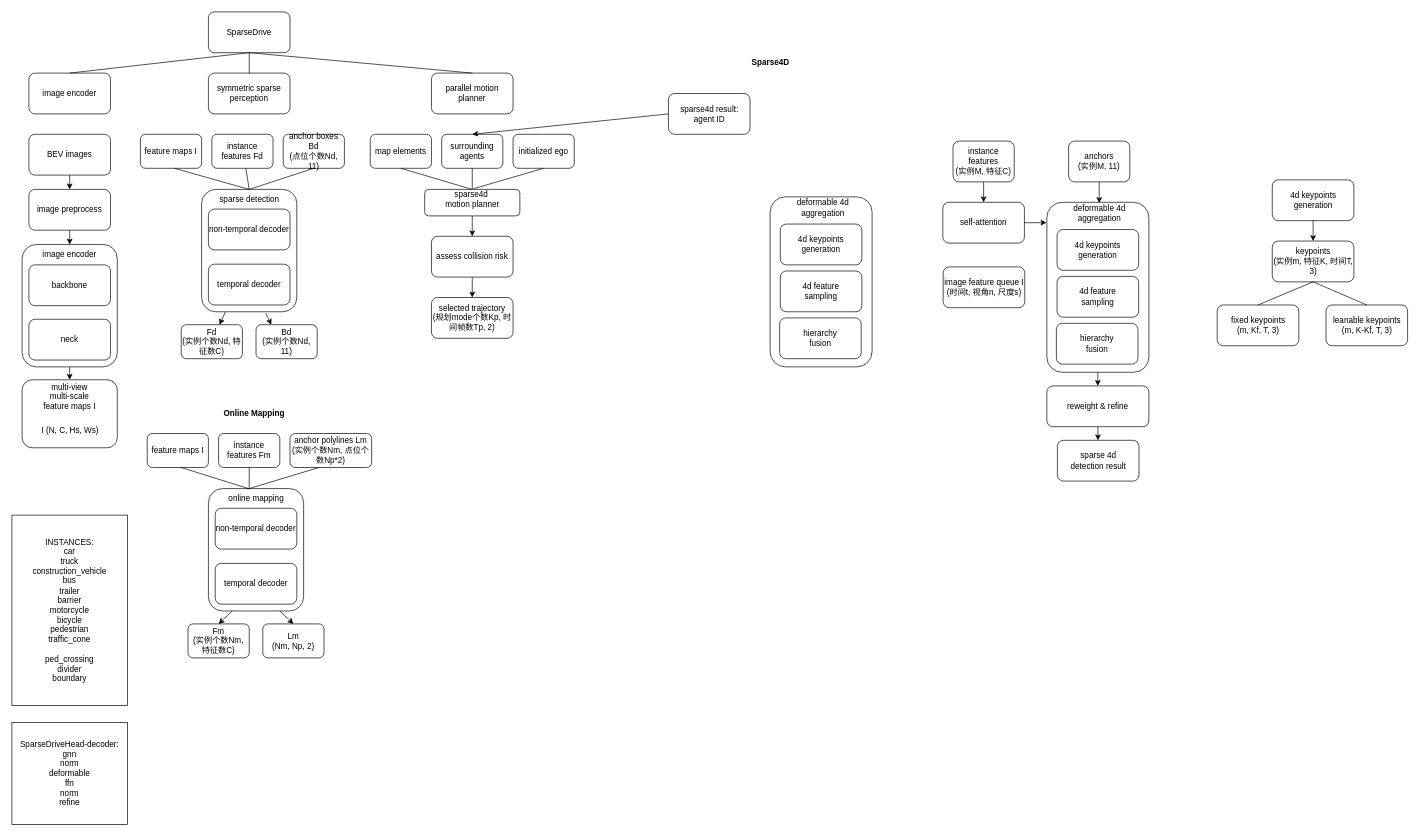
Earlier version of the draw.io diagram sparsedrive.drawio (wxxsusie/files). Source tidied: cells renumbered, new cells numbered last; positions are measured from the earlier drawing's top-left corner, leaving out a move shared by most shapes. Both pictures are drawn from the tidied source at 68%, with x=0, y=0 at pixel (12, 12).
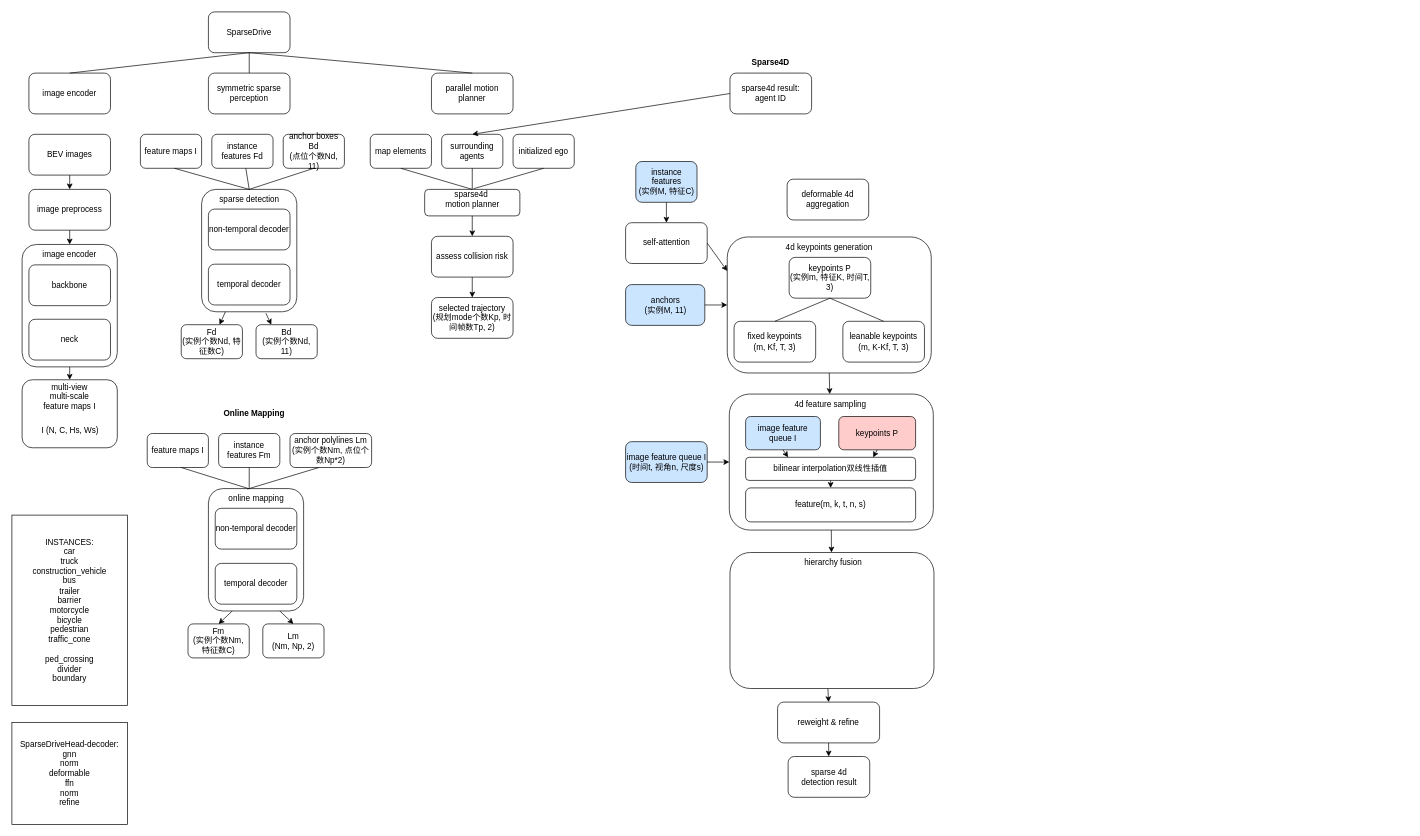
The same diagram, later.

What changed in the source:
```diff
@@
-    <mxCell id="59" value="instance features&lt;div&gt;(实例M, 特征C)&lt;/div&gt;" style="rounded=1;whiteSpace=wrap;html=1;" parent="1" vertex="1">
-      <mxGeometry x="1384" y="190" width="90" height="60" as="geometry" />
-    </mxCell>
-    <mxCell id="60" value="anchors&lt;div&gt;(实例M, 11)&lt;/div&gt;" style="rounded=1;whiteSpace=wrap;html=1;" parent="1" vertex="1">
-      <mxGeometry x="1554" y="190" width="90" height="60" as="geometry" />
-    </mxCell>
-    <mxCell id="61" value="self-attention" style="rounded=1;whiteSpace=wrap;html=1;" parent="1" vertex="1">
-      <mxGeometry x="1369" y="280" width="120" height="60" as="geometry" />
-    </mxCell>
-    <mxCell id="62" style="rounded=1;whiteSpace=wrap;html=1;" parent="1" vertex="1">
-      <mxGeometry x="1522" y="280" width="150" height="250" as="geometry" />
-    </mxCell>
-    <mxCell id="63" value="deformable 4d aggregation" style="text;html=1;align=center;verticalAlign=middle;whiteSpace=wrap;rounded=0;" parent="1" vertex="1">
-      <mxGeometry x="1557.5" y="281" width="83" height="30" as="geometry" />
-    </mxCell>
-    <mxCell id="64" value="4d keypoints generation" style="rounded=1;whiteSpace=wrap;html=1;" parent="1" vertex="1">
-      <mxGeometry x="1537" y="320" width="120" height="60" as="geometry" />
-    </mxCell>
-    <mxCell id="65" value="4d feature&lt;br&gt;sampling" style="rounded=1;whiteSpace=wrap;html=1;" parent="1" vertex="1">
-      <mxGeometry x="1537" y="389" width="120" height="60" as="geometry" />
-    </mxCell>
-    <mxCell id="66" value="hierarchy&lt;div&gt;fusion&lt;/div&gt;" style="rounded=1;whiteSpace=wrap;html=1;" parent="1" vertex="1">
-      <mxGeometry x="1536" y="458" width="120" height="60" as="geometry" />
-    </mxCell>
-    <mxCell id="67" style="endArrow=classic;html=1;rounded=0;exitX=0.5;exitY=1;exitDx=0;exitDy=0;entryX=0.5;entryY=0;entryDx=0;entryDy=0;" parent="1" edge="1" source="59" target="61">
-      <mxGeometry relative="1" as="geometry" />
-    </mxCell>
-    <mxCell id="68" style="endArrow=classic;html=1;rounded=0;exitX=1;exitY=0.5;exitDx=0;exitDy=0;" parent="1" edge="1" source="61">
-      <mxGeometry relative="1" as="geometry">
-        <mxPoint x="1521.5" y="310" as="targetPoint" />
-      </mxGeometry>
-    </mxCell>
-    <mxCell id="69" style="endArrow=classic;html=1;rounded=0;exitX=0.5;exitY=1;exitDx=0;exitDy=0;entryX=0.5;entryY=0;entryDx=0;entryDy=0;" parent="1" edge="1" source="60" target="63">
-      <mxGeometry relative="1" as="geometry" />
-    </mxCell>
     <mxCell id="70" value="reweight &amp;amp; refine" style="rounded=1;whiteSpace=wrap;html=1;" parent="1" vertex="1">
-      <mxGeometry x="1522" y="550" width="150" height="60" as="geometry" />
+      <mxGeometry x="1126" y="1015" width="150" height="60" as="geometry" />
     </mxCell>
-    <mxCell id="71" style="endArrow=classic;html=1;rounded=0;exitX=0.5;exitY=1;exitDx=0;exitDy=0;entryX=0.5;entryY=0;entryDx=0;entryDy=0;" parent="1" edge="1" source="62" target="70">
-      <mxGeometry relative="1" as="geometry" />
+    <mxCell id="71" style="endArrow=classic;html=1;rounded=0;exitX=0.5;exitY=1;exitDx=0;exitDy=0;entryX=0.5;entryY=0;entryDx=0;entryDy=0;" parent="1" edge="1" target="70">
+      <mxGeometry relative="1" as="geometry">
+        <mxPoint x="1200" y="995" as="sourcePoint" />
+      </mxGeometry>
     </mxCell>
     <mxCell id="72" value="sparse 4d&lt;div&gt;detection result&lt;/div&gt;" style="rounded=1;whiteSpace=wrap;html=1;" parent="1" vertex="1">
-      <mxGeometry x="1537.5" y="630" width="120" height="60" as="geometry" />
+      <mxGeometry x="1141.5" y="1095" width="120" height="60" as="geometry" />
     </mxCell>
@@
     <mxCell id="74" value="sparse4d result:&lt;div&gt;agent ID&lt;/div&gt;" style="rounded=1;whiteSpace=wrap;html=1;" parent="1" vertex="1">
-      <mxGeometry x="965.5" y="120" width="120" height="60" as="geometry" />
+      <mxGeometry x="1056" y="90" width="120" height="60" as="geometry" />
     </mxCell>
@@
-    <mxCell id="80" value="image feature queue I&lt;div&gt;(时间t, 视角n, 尺度s)&lt;/div&gt;" style="rounded=1;whiteSpace=wrap;html=1;" parent="1" vertex="1">
-      <mxGeometry x="1369.5" y="375" width="120" height="60" as="geometry" />
+    <mxCell id="80" value="image feature queue I&lt;div&gt;(时间t, 视角n, 尺度s)&lt;/div&gt;" style="rounded=1;whiteSpace=wrap;html=1;fillColor=#CCE5FF;" parent="1" vertex="1">
+      <mxGeometry x="902.5" y="632" width="120" height="60" as="geometry" />
     </mxCell>
@@
-    <mxCell id="83" value="4d keypoints generation" style="rounded=1;whiteSpace=wrap;html=1;" parent="1" vertex="1">
-      <mxGeometry x="1853.5" y="247" width="120" height="60" as="geometry" />
-    </mxCell>
-    <mxCell id="84" value="keypoints&lt;div&gt;(实例m, 特征K, 时间T, 3)&lt;/div&gt;" style="rounded=1;whiteSpace=wrap;html=1;" parent="1" vertex="1">
-      <mxGeometry x="1853.5" y="337" width="120" height="60" as="geometry" />
-    </mxCell>
+    <mxCell id="95" value="deformable 4d aggregation" style="rounded=1;whiteSpace=wrap;html=1;" parent="1" vertex="1">
+      <mxGeometry x="1140" y="246" width="120" height="60" as="geometry" />
+    </mxCell>
+    <mxCell id="96" style="rounded=1;whiteSpace=wrap;html=1;" parent="1" vertex="1">
+      <mxGeometry x="1052" y="331" width="300" height="200" as="geometry" />
+    </mxCell>
+    <mxCell id="97" value="4d keypoints generation" style="text;html=1;align=center;verticalAlign=middle;whiteSpace=wrap;rounded=0;" parent="1" vertex="1">
+      <mxGeometry x="1137" y="331" width="130" height="30" as="geometry" />
+    </mxCell>
+    <mxCell id="98" value="keypoints P&lt;div&gt;(实例m, 特征K, 时间T, 3)&lt;/div&gt;" style="rounded=1;whiteSpace=wrap;html=1;" parent="1" vertex="1">
+      <mxGeometry x="1143" y="361" width="120" height="60" as="geometry" />
+    </mxCell>
     <mxCell id="85" value="fixed keypoints&lt;div&gt;(m, Kf, T, 3)&lt;/div&gt;" style="rounded=1;whiteSpace=wrap;html=1;" parent="1" vertex="1">
-      <mxGeometry x="1772.5" y="431" width="120" height="60" as="geometry" />
+      <mxGeometry x="1062" y="455" width="120" height="60" as="geometry" />
     </mxCell>
     <mxCell id="86" value="leanable keypoints&lt;div&gt;(m, K-Kf, T, 3)&lt;/div&gt;" style="rounded=1;whiteSpace=wrap;html=1;" parent="1" vertex="1">
-      <mxGeometry x="1932.5" y="431" width="120" height="60" as="geometry" />
+      <mxGeometry x="1222" y="455" width="120" height="60" as="geometry" />
     </mxCell>
-    <mxCell id="87" style="endArrow=classic;html=1;rounded=0;exitX=0.5;exitY=1;exitDx=0;exitDy=0;" parent="1" edge="1" source="83" target="84">
-      <mxGeometry relative="1" as="geometry" />
-    </mxCell>
-    <mxCell id="88" style="endArrow=none;html=1;rounded=0;entryX=0.5;entryY=1;entryDx=0;entryDy=0;exitX=0.5;exitY=0;exitDx=0;exitDy=0;" parent="1" edge="1" source="85" target="84">
-      <mxGeometry relative="1" as="geometry" />
-    </mxCell>
-    <mxCell id="89" style="endArrow=none;html=1;rounded=0;entryX=0.5;entryY=1;entryDx=0;entryDy=0;exitX=0.5;exitY=0;exitDx=0;exitDy=0;" parent="1" edge="1" source="86" target="84">
-      <mxGeometry relative="1" as="geometry" />
-    </mxCell>
-    <mxCell id="90" style="rounded=1;whiteSpace=wrap;html=1;" parent="1" vertex="1">
-      <mxGeometry x="1115" y="272" width="150" height="250" as="geometry" />
-    </mxCell>
-    <mxCell id="91" value="deformable 4d aggregation" style="text;html=1;align=center;verticalAlign=middle;whiteSpace=wrap;rounded=0;" parent="1" vertex="1">
-      <mxGeometry x="1152" y="273" width="81.5" height="30" as="geometry" />
-    </mxCell>
-    <mxCell id="92" value="4d keypoints generation" style="rounded=1;whiteSpace=wrap;html=1;" parent="1" vertex="1">
-      <mxGeometry x="1130" y="312" width="120" height="60" as="geometry" />
-    </mxCell>
-    <mxCell id="93" value="4d feature&lt;br&gt;sampling" style="rounded=1;whiteSpace=wrap;html=1;" parent="1" vertex="1">
-      <mxGeometry x="1130" y="381" width="120" height="60" as="geometry" />
-    </mxCell>
-    <mxCell id="94" value="hierarchy&lt;div&gt;fusion&lt;/div&gt;" style="rounded=1;whiteSpace=wrap;html=1;" parent="1" vertex="1">
-      <mxGeometry x="1129" y="450" width="120" height="60" as="geometry" />
-    </mxCell>
+    <mxCell id="99" style="endArrow=none;html=1;rounded=0;entryX=0.5;entryY=1;entryDx=0;entryDy=0;exitX=0.5;exitY=0;exitDx=0;exitDy=0;" parent="1" edge="1" source="85" target="98">
+      <mxGeometry relative="1" as="geometry" />
+    </mxCell>
+    <mxCell id="100" style="endArrow=none;html=1;rounded=0;entryX=0.5;entryY=1;entryDx=0;entryDy=0;exitX=0.5;exitY=0;exitDx=0;exitDy=0;" parent="1" edge="1" source="86" target="98">
+      <mxGeometry relative="1" as="geometry" />
+    </mxCell>
+    <mxCell id="101" style="rounded=1;whiteSpace=wrap;html=1;" parent="1" vertex="1">
+      <mxGeometry x="1055" y="562" width="300" height="200" as="geometry" />
+    </mxCell>
+    <mxCell id="102" value="4d feature sampling" style="text;html=1;align=center;verticalAlign=middle;whiteSpace=wrap;rounded=0;" parent="1" vertex="1">
+      <mxGeometry x="1139" y="562" width="130" height="30" as="geometry" />
+    </mxCell>
+    <mxCell id="59" value="instance features&lt;div&gt;(实例M, 特征C)&lt;/div&gt;" style="rounded=1;whiteSpace=wrap;html=1;fillColor=#CCE5FF;" parent="1" vertex="1">
+      <mxGeometry x="917.5" y="220" width="90" height="60" as="geometry" />
+    </mxCell>
+    <mxCell id="61" value="self-attention" style="rounded=1;whiteSpace=wrap;html=1;" parent="1" vertex="1">
+      <mxGeometry x="902.5" y="310" width="120" height="60" as="geometry" />
+    </mxCell>
+    <mxCell id="67" style="endArrow=classic;html=1;rounded=0;exitX=0.5;exitY=1;exitDx=0;exitDy=0;entryX=0.5;entryY=0;entryDx=0;entryDy=0;" parent="1" edge="1" source="59" target="61">
+      <mxGeometry relative="1" as="geometry" />
+    </mxCell>
+    <mxCell id="60" value="anchors&lt;div&gt;(实例M, 11)&lt;/div&gt;" style="rounded=1;whiteSpace=wrap;html=1;fillColor=#CCE5FF;" parent="1" vertex="1">
+      <mxGeometry x="902.5" y="401" width="116.5" height="60" as="geometry" />
+    </mxCell>
+    <mxCell id="103" style="rounded=1;whiteSpace=wrap;html=1;" parent="1" vertex="1">
+      <mxGeometry x="1056" y="795" width="300" height="200" as="geometry" />
+    </mxCell>
+    <mxCell id="104" value="hierarchy fusion" style="text;html=1;align=center;verticalAlign=middle;whiteSpace=wrap;rounded=0;" parent="1" vertex="1">
+      <mxGeometry x="1143" y="795" width="130" height="30" as="geometry" />
+    </mxCell>
+    <mxCell id="105" style="endArrow=classic;html=1;rounded=0;exitX=1;exitY=0.5;exitDx=0;exitDy=0;entryX=0;entryY=0.5;entryDx=0;entryDy=0;" parent="1" edge="1" source="60" target="96">
+      <mxGeometry relative="1" as="geometry" />
+    </mxCell>
+    <mxCell id="106" style="endArrow=classic;html=1;rounded=0;exitX=1;exitY=0.5;exitDx=0;exitDy=0;entryX=0;entryY=0.25;entryDx=0;entryDy=0;" parent="1" edge="1" source="61" target="96">
+      <mxGeometry relative="1" as="geometry" />
+    </mxCell>
+    <mxCell id="107" style="endArrow=classic;html=1;rounded=0;exitX=1;exitY=0.5;exitDx=0;exitDy=0;entryX=0;entryY=0.5;entryDx=0;entryDy=0;" parent="1" edge="1" source="80" target="101">
+      <mxGeometry relative="1" as="geometry" />
+    </mxCell>
+    <mxCell id="108" style="endArrow=classic;html=1;rounded=0;exitX=0.5;exitY=1;exitDx=0;exitDy=0;" parent="1" edge="1" source="96" target="101">
+      <mxGeometry relative="1" as="geometry" />
+    </mxCell>
+    <mxCell id="109" value="image feature queue I" style="rounded=1;whiteSpace=wrap;html=1;fillColor=#CCE5FF;" parent="1" vertex="1">
+      <mxGeometry x="1079" y="595" width="110" height="49" as="geometry" />
+    </mxCell>
+    <mxCell id="110" value="keypoints P" style="rounded=1;whiteSpace=wrap;html=1;fillColor=#FFCCCC;" parent="1" vertex="1">
+      <mxGeometry x="1216" y="595" width="113" height="49" as="geometry" />
+    </mxCell>
+    <mxCell id="111" value="bilinear interpolation双线性插值" style="rounded=1;whiteSpace=wrap;html=1;" parent="1" vertex="1">
+      <mxGeometry x="1079" y="655" width="250" height="34" as="geometry" />
+    </mxCell>
+    <mxCell id="112" value="feature(m, k, t, n, s)" style="rounded=1;whiteSpace=wrap;html=1;" parent="1" vertex="1">
+      <mxGeometry x="1079" y="700" width="250" height="50" as="geometry" />
+    </mxCell>
+    <mxCell id="113" style="endArrow=classic;html=1;rounded=0;exitX=0.5;exitY=1;exitDx=0;exitDy=0;entryX=0.25;entryY=0;entryDx=0;entryDy=0;" parent="1" edge="1" source="109" target="111">
+      <mxGeometry relative="1" as="geometry" />
+    </mxCell>
+    <mxCell id="114" style="endArrow=classic;html=1;rounded=0;exitX=0.5;exitY=1;exitDx=0;exitDy=0;entryX=0.75;entryY=0;entryDx=0;entryDy=0;" parent="1" edge="1" source="110" target="111">
+      <mxGeometry relative="1" as="geometry" />
+    </mxCell>
+    <mxCell id="115" style="endArrow=classic;html=1;rounded=0;exitX=0.5;exitY=1;exitDx=0;exitDy=0;" parent="1" edge="1" source="111" target="112">
+      <mxGeometry relative="1" as="geometry" />
+    </mxCell>
+    <mxCell id="116" style="endArrow=classic;html=1;rounded=0;exitX=0.5;exitY=1;exitDx=0;exitDy=0;" parent="1" edge="1" source="101" target="103">
+      <mxGeometry relative="1" as="geometry" />
+    </mxCell>
```
